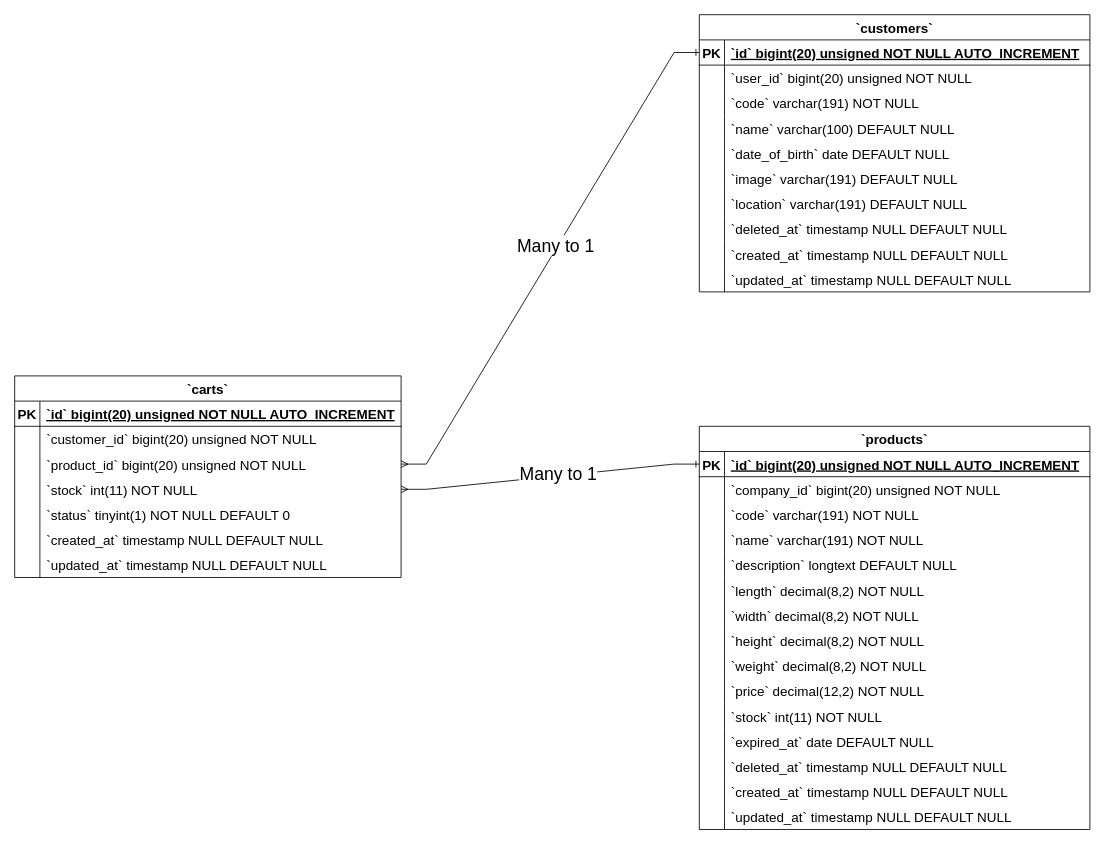
Earlier version of the draw.io diagram Carts ERD Diagram.drawio (Simasco/diagram). Source tidied: cells renumbered, new cells numbered last; positions are measured from the earlier drawing's top-left corner, leaving out a move shared by most shapes. Both pictures are drawn from the tidied source at 84%, with x=0, y=0 at pixel (14, 14).
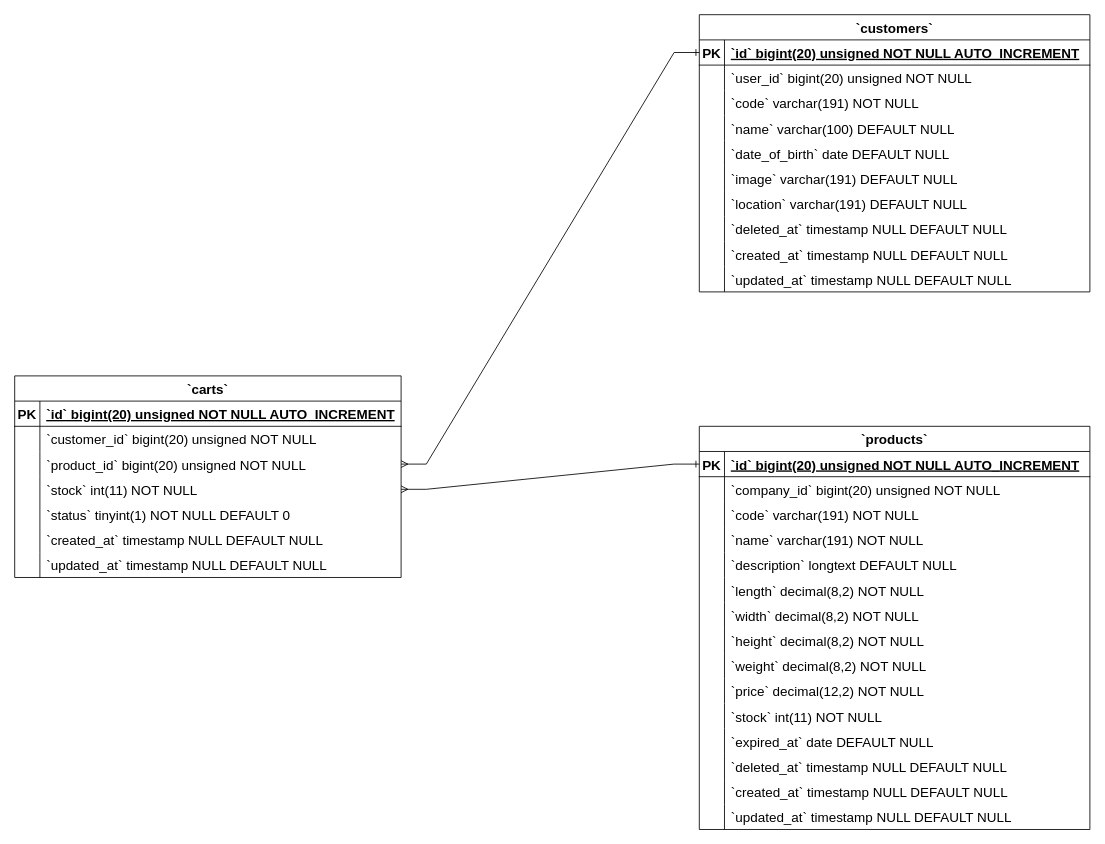
Above is the later version.

Unchanged cells that the change refers to:
```xml
<mxCell id="101" style="edgeStyle=entityRelationEdgeStyle;fontSize=16;html=1;endArrow=ERmany;rounded=0;entryX=1;entryY=0.5;entryDx=0;entryDy=0;exitX=0;exitY=0.5;exitDx=0;exitDy=0;startArrow=ERone;startFill=0;endFill=0;" parent="1" edge="1" source="25" target="9">
  <mxGeometry relative="1" as="geometry" />
</mxCell>
<mxCell id="103" style="edgeStyle=entityRelationEdgeStyle;fontSize=16;html=1;endArrow=ERmany;rounded=0;entryX=1;entryY=0.5;entryDx=0;entryDy=0;startArrow=ERone;startFill=0;endFill=0;" parent="1" edge="1" source="56" target="12">
  <mxGeometry relative="1" as="geometry" />
</mxCell>
```

The edit, as a diff of the source:
```diff
@@
-    <mxCell id="102" value="&lt;font style=&quot;font-size: 21px;&quot;&gt;Many to 1&lt;/font&gt;" style="edgeLabel;html=1;align=center;verticalAlign=middle;fontSize=21;" parent="101" vertex="1">
-      <mxGeometry x="-0.05" y="-3" relative="1" as="geometry" />
-    </mxCell>
@@
-    <mxCell id="104" value="&lt;font style=&quot;font-size: 21px;&quot;&gt;Many to 1&lt;/font&gt;" style="edgeLabel;html=1;align=center;verticalAlign=middle;fontSize=21;" parent="103" vertex="1">
-      <mxGeometry x="-0.05" y="-3" relative="1" as="geometry" />
-    </mxCell>
```
